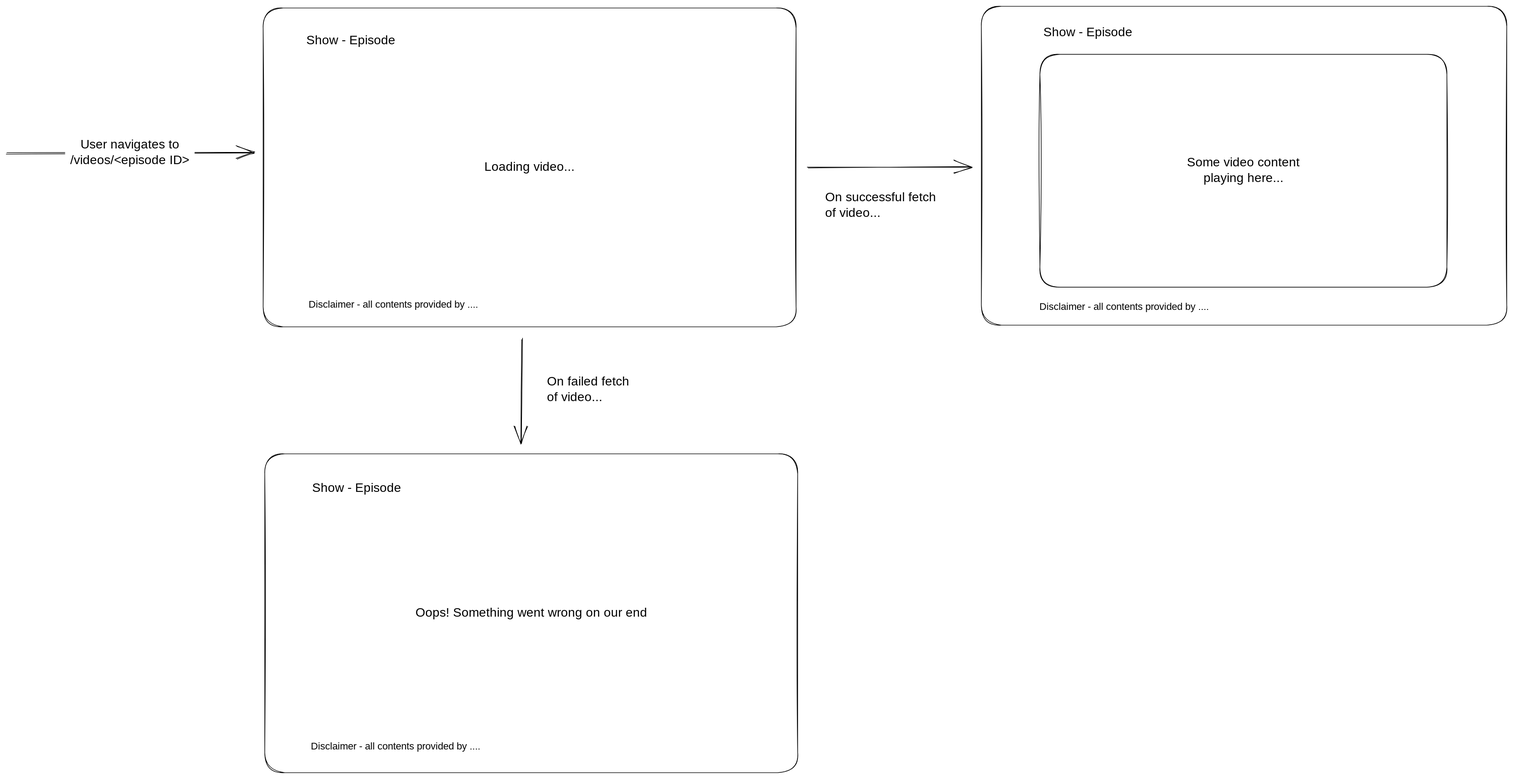
Before: docs/designs/video-player-screen-mockup.excalidraw.svg, a diagram exported from Excalidraw (cangkevin/SEAshows-v2). Source tidied: one line per element, renumbered; positions are measured from the earlier drawing's top-left corner, leaving out a move shared by most shapes.
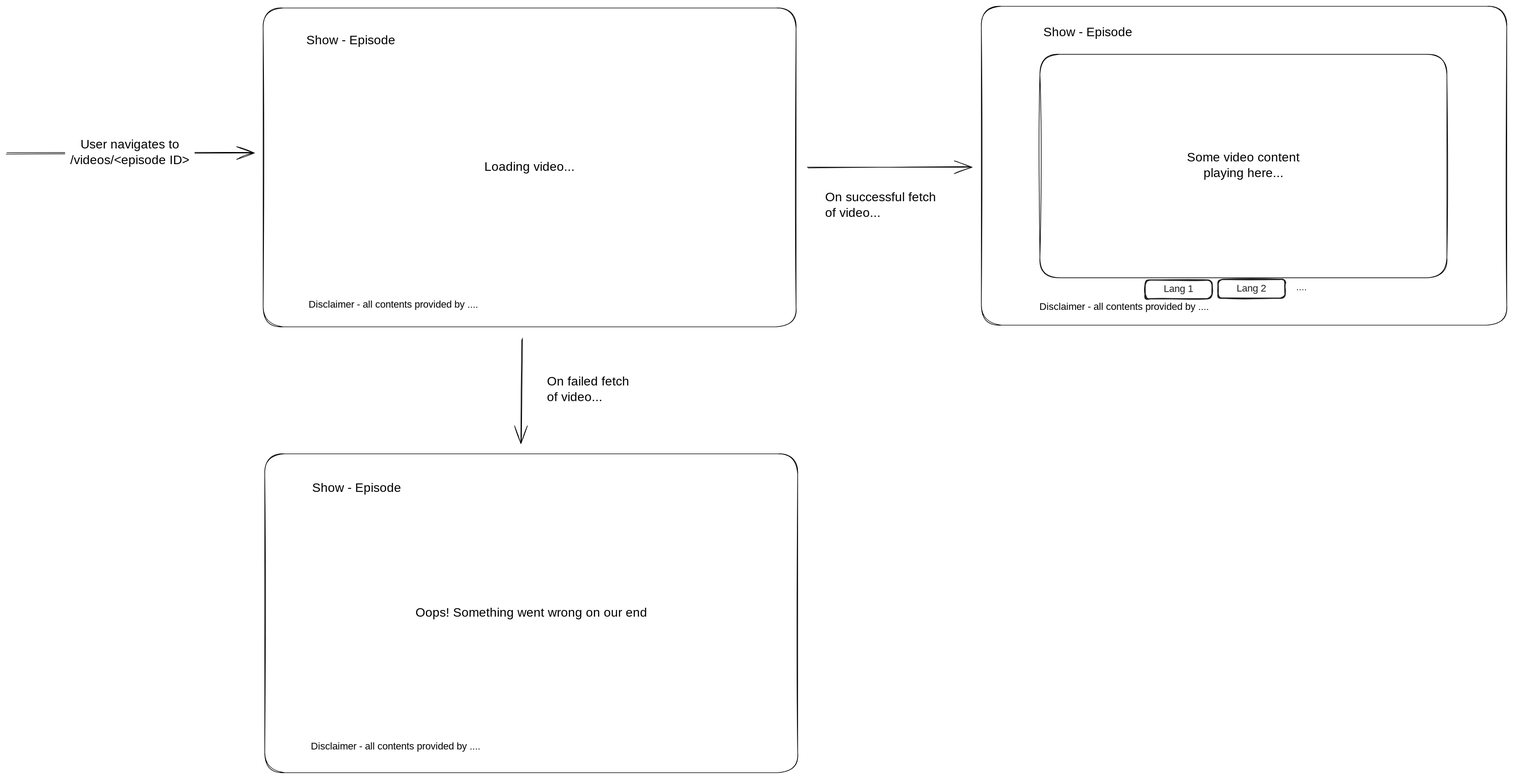
After the change.

The edit, as a diff of the source:
```diff
@@ -9,11 +9,16 @@
 {"id": 8, "type": "arrow", "strokeColor": "#000000", "strokeWidth": 1, "roughness": 1, "endArrowhead": "arrow", "round": true, "from": 0, "to": 4, "x": 824, "y": 531, "width": 2, "height": 166, "points": [[0, 0], [-2, 166]]}
 {"id": 9, "type": "text", "text": "On failed fetch\nof video...", "strokeColor": "#000000", "strokeWidth": 1, "roughness": 1, "fontSize": 20, "fontFamily": 1, "x": 864, "y": 588, "width": 151, "height": 50}
 {"id": 10, "type": "rectangle", "strokeColor": "#000000", "strokeWidth": 1, "roughness": 1, "round": true, "x": 1558, "y": 0, "width": 839, "height": 509}
-{"id": 11, "type": "rectangle", "strokeColor": "#000000", "strokeWidth": 1, "roughness": 1, "round": true, "x": 1651, "y": 77, "width": 650, "height": 372}
+{"id": 11, "type": "rectangle", "strokeColor": "#000000", "strokeWidth": 1, "roughness": 1, "round": true, "x": 1651, "y": 77, "width": 650, "height": 357}
-{"id": 12, "type": "text", "text": "Some video content\nplaying here...", "strokeColor": "#000000", "strokeWidth": 1, "roughness": 1, "fontSize": 20, "fontFamily": 1, "textAlign": "center", "verticalAlign": "middle", "inside": 11, "x": 1882, "y": 238, "width": 188, "height": 50}
+{"id": 12, "type": "text", "text": "Some video content\nplaying here...", "strokeColor": "#000000", "strokeWidth": 1, "roughness": 1, "fontSize": 20, "fontFamily": 1, "textAlign": "center", "verticalAlign": "middle", "inside": 11, "x": 1882, "y": 230, "width": 188, "height": 50}
 {"id": 13, "type": "arrow", "strokeColor": "#000000", "strokeWidth": 1, "roughness": 1, "endArrowhead": "arrow", "round": true, "from": 0, "to": 10, "x": 1281, "y": 259, "width": 260, "height": 2, "points": [[0, 0], [260, -2]]}
 {"id": 14, "type": "text", "text": "On successful fetch\nof video...", "strokeColor": "#000000", "strokeWidth": 1, "roughness": 1, "fontSize": 20, "fontFamily": 1, "x": 1308, "y": 294, "width": 197, "height": 50}
 {"id": 15, "type": "text", "text": "Disclaimer - all contents provided by ....", "strokeColor": "#000000", "strokeWidth": 1, "roughness": 1, "fontSize": 16, "fontFamily": 1, "x": 1650, "y": 471, "width": 314, "height": 20}
 {"id": 16, "type": "text", "text": "Show - Episode", "strokeColor": "#000000", "strokeWidth": 1, "roughness": 1, "fontSize": 20, "fontFamily": 1, "x": 479, "y": 43, "width": 145, "height": 25}
 {"id": 17, "type": "text", "text": "Show - Episode", "strokeColor": "#000000", "strokeWidth": 1, "roughness": 1, "fontSize": 20, "fontFamily": 1, "x": 488, "y": 758, "width": 145, "height": 25}
 {"id": 18, "type": "text", "text": "Show - Episode", "strokeColor": "#000000", "strokeWidth": 1, "roughness": 1, "fontSize": 20, "fontFamily": 1, "x": 1656, "y": 30, "width": 145, "height": 25}
+{"id": 19, "type": "rectangle", "strokeColor": "#1e1e1e", "strokeWidth": 2, "roughness": 1, "round": true, "x": 1819, "y": 437, "width": 107, "height": 30}
+{"id": 20, "type": "text", "text": "Lang 1", "strokeColor": "#1e1e1e", "strokeWidth": 2, "roughness": 1, "fontSize": 16, "fontFamily": 1, "textAlign": "center", "verticalAlign": "middle", "inside": 19, "x": 1849, "y": 442, "width": 48, "height": 20}
+{"id": 21, "type": "rectangle", "strokeColor": "#1e1e1e", "strokeWidth": 2, "roughness": 1, "round": true, "x": 1936, "y": 436, "width": 107, "height": 30}
+{"id": 22, "type": "text", "text": "Lang 2", "strokeColor": "#1e1e1e", "strokeWidth": 2, "roughness": 1, "fontSize": 16, "fontFamily": 1, "textAlign": "center", "verticalAlign": "middle", "inside": 21, "x": 1962, "y": 441, "width": 55, "height": 20}
+{"id": 23, "type": "text", "text": "....", "strokeColor": "#1e1e1e", "strokeWidth": 2, "roughness": 1, "fontSize": 16.0, "fontFamily": 1, "x": 2060, "y": 439, "width": 18, "height": 20}
```
